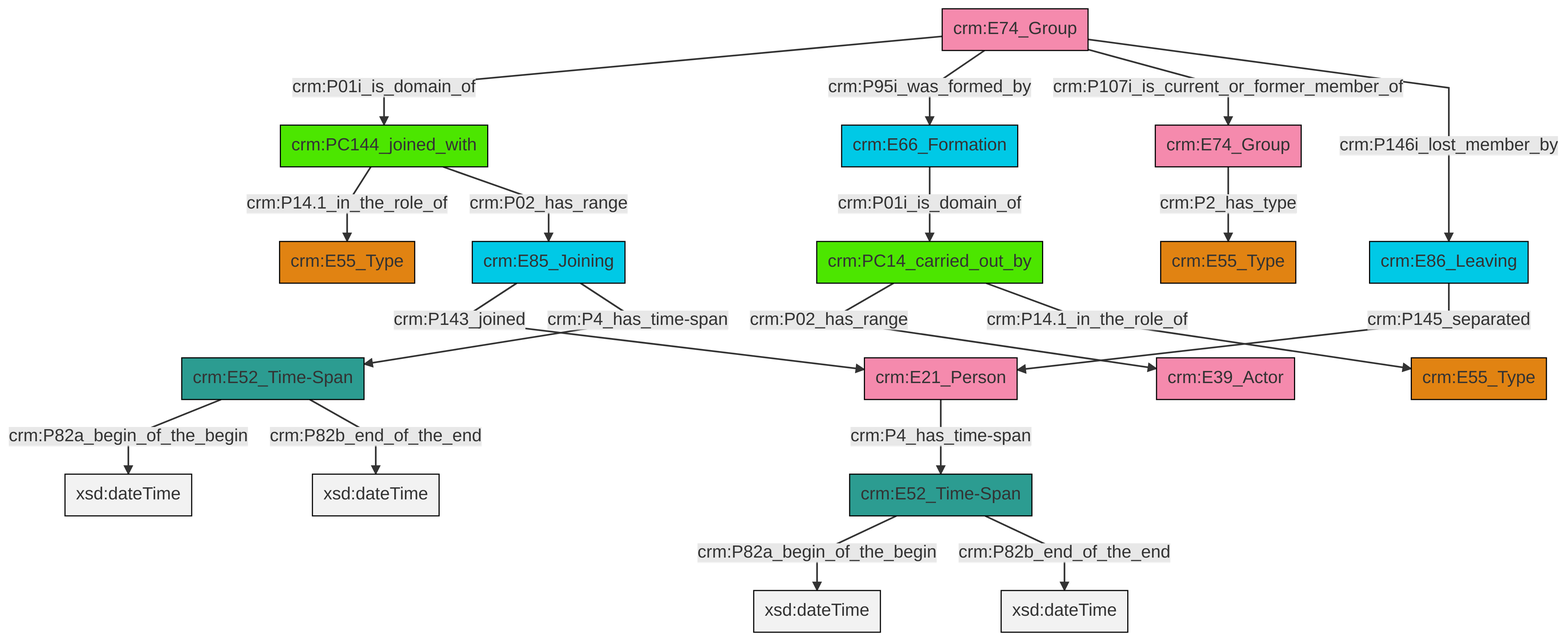
Earlier version of the Mermaid export et/groupCSV/ttl/mmd/png/group_actor_relations.png (swiss-art-research-net/docs.swissartresearch). Its source is kept beside it as et/groupCSV/ttl/mmd/group_actor_relations.ttl.mmd.
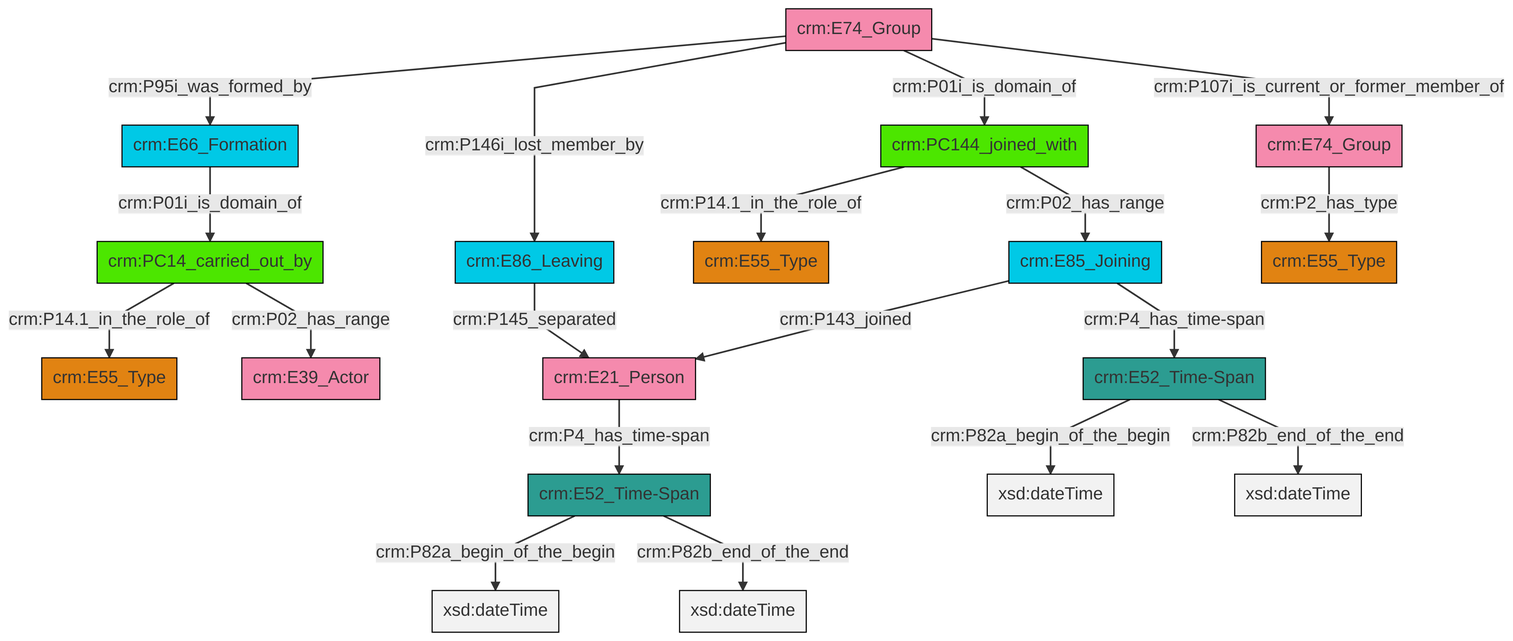
Later version of the same file.

Diff of the diagram source:
```diff
@@ -13,21 +13,21 @@
 classDef PC_Classes fill:#4ce600, stroke:#000000;
 classDef Multi fill:#cccccc,stroke:#000000;
 
-2["crm:E52_Time-Span"]:::Time-Span -->|crm:P82a_begin_of_the_begin| 4[xsd:dateTime]:::Literal
-7["crm:E74_Group"]:::Actor -->|crm:P01i_is_domain_of| 8["crm:PC144_joined_with"]:::PC_Classes
-11["crm:E74_Group"]:::Actor -->|crm:P2_has_type| 13["crm:E55_Type"]:::Type
-16["crm:E85_Joining"]:::Temporal_Entity -->|crm:P143_joined| 17["crm:E21_Person"]:::Actor
-18["crm:E52_Time-Span"]:::Time-Span -->|crm:P82a_begin_of_the_begin| 19[xsd:dateTime]:::Literal
-7["crm:E74_Group"]:::Actor -->|crm:P95i_was_formed_by| 9["crm:E66_Formation"]:::Temporal_Entity
-9["crm:E66_Formation"]:::Temporal_Entity -->|crm:P01i_is_domain_of| 0["crm:PC14_carried_out_by"]:::PC_Classes
-17["crm:E21_Person"]:::Actor -->|crm:P4_has_time-span| 2["crm:E52_Time-Span"]:::Time-Span
-7["crm:E74_Group"]:::Actor -->|crm:P107i_is_current_or_former_member_of| 11["crm:E74_Group"]:::Actor
-0["crm:PC14_carried_out_by"]:::PC_Classes -->|crm:P02_has_range| 21["crm:E39_Actor"]:::Actor
-7["crm:E74_Group"]:::Actor -->|crm:P146i_lost_member_by| 24["crm:E86_Leaving"]:::Temporal_Entity
-16["crm:E85_Joining"]:::Temporal_Entity -->|crm:P4_has_time-span| 18["crm:E52_Time-Span"]:::Time-Span
-2["crm:E52_Time-Span"]:::Time-Span -->|crm:P82b_end_of_the_end| 25[xsd:dateTime]:::Literal
-0["crm:PC14_carried_out_by"]:::PC_Classes -->|crm:P14.1_in_the_role_of| 5["crm:E55_Type"]:::Type
-8["crm:PC144_joined_with"]:::PC_Classes -->|crm:P14.1_in_the_role_of| 28["crm:E55_Type"]:::Type
-24["crm:E86_Leaving"]:::Temporal_Entity -->|crm:P145_separated| 17["crm:E21_Person"]:::Actor
-18["crm:E52_Time-Span"]:::Time-Span -->|crm:P82b_end_of_the_end| 29[xsd:dateTime]:::Literal
-8["crm:PC144_joined_with"]:::PC_Classes -->|crm:P02_has_range| 16["crm:E85_Joining"]:::Temporal_Entity
+0["crm:E74_Group"]:::Actor -->|crm:P2_has_type| 1["crm:E55_Type"]:::Type
+5["crm:E52_Time-Span"]:::Time-Span -->|crm:P82a_begin_of_the_begin| 6[xsd:dateTime]:::Literal
+7["crm:E85_Joining"]:::Temporal_Entity -->|crm:P143_joined| 8["crm:E21_Person"]:::Actor
+2["crm:E52_Time-Span"]:::Time-Span -->|crm:P82a_begin_of_the_begin| 16[xsd:dateTime]:::Literal
+5["crm:E52_Time-Span"]:::Time-Span -->|crm:P82b_end_of_the_end| 19[xsd:dateTime]:::Literal
+20["crm:E86_Leaving"]:::Temporal_Entity -->|crm:P145_separated| 8["crm:E21_Person"]:::Actor
+9["crm:E74_Group"]:::Actor -->|crm:P95i_was_formed_by| 21["crm:E66_Formation"]:::Temporal_Entity
+9["crm:E74_Group"]:::Actor -->|crm:P146i_lost_member_by| 20["crm:E86_Leaving"]:::Temporal_Entity
+8["crm:E21_Person"]:::Actor -->|crm:P4_has_time-span| 2["crm:E52_Time-Span"]:::Time-Span
+23["crm:PC14_carried_out_by"]:::PC_Classes -->|crm:P14.1_in_the_role_of| 17["crm:E55_Type"]:::Type
+23["crm:PC14_carried_out_by"]:::PC_Classes -->|crm:P02_has_range| 12["crm:E39_Actor"]:::Actor
+7["crm:E85_Joining"]:::Temporal_Entity -->|crm:P4_has_time-span| 5["crm:E52_Time-Span"]:::Time-Span
+9["crm:E74_Group"]:::Actor -->|crm:P01i_is_domain_of| 30["crm:PC144_joined_with"]:::PC_Classes
+9["crm:E74_Group"]:::Actor -->|crm:P107i_is_current_or_former_member_of| 0["crm:E74_Group"]:::Actor
+21["crm:E66_Formation"]:::Temporal_Entity -->|crm:P01i_is_domain_of| 23["crm:PC14_carried_out_by"]:::PC_Classes
+30["crm:PC144_joined_with"]:::PC_Classes -->|crm:P14.1_in_the_role_of| 14["crm:E55_Type"]:::Type
+2["crm:E52_Time-Span"]:::Time-Span -->|crm:P82b_end_of_the_end| 33[xsd:dateTime]:::Literal
+30["crm:PC144_joined_with"]:::PC_Classes -->|crm:P02_has_range| 7["crm:E85_Joining"]:::Temporal_Entity
```
